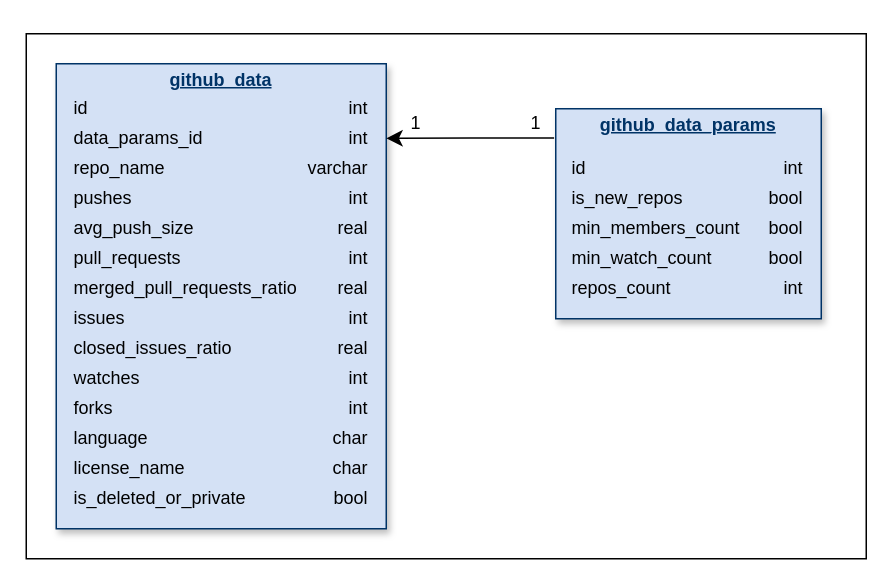
Santiperro/final-qualifying-work keeps this draw.io diagram as docs/База данных.drawio. Above is the earlier version. Source tidied: cells renumbered, new cells numbered last; positions are measured from the earlier drawing's top-left corner, leaving out a move shared by most shapes. Both pictures are drawn from the tidied source at 150%, with x=0, y=0 at pixel (26, 33).
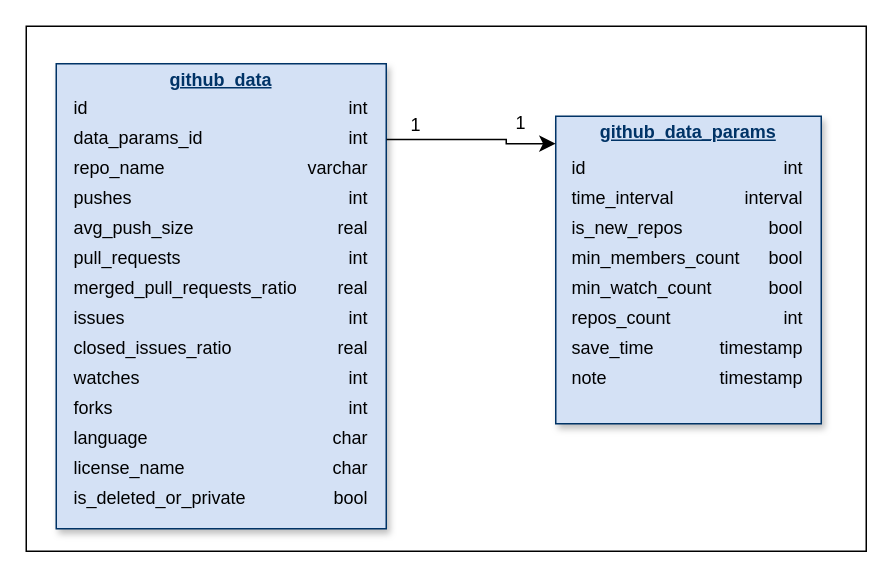
After the change.

What changed in the source:
```diff
@@
-    <mxCell id="2" style="rounded=0;whiteSpace=wrap;html=1;" parent="1" vertex="1">
-      <mxGeometry width="560" height="350" as="geometry" />
-    </mxCell>
-    <mxCell id="3" value="&lt;p style=&quot;margin: 0px; margin-top: 4px; text-align: center; text-decoration: underline;&quot;&gt;&lt;strong&gt;github_data_params&lt;/strong&gt;&lt;/p&gt;&lt;p style=&quot;margin: 0px; margin-left: 8px;&quot;&gt;&lt;br&gt;&lt;/p&gt;" style="verticalAlign=top;align=left;overflow=fill;fontSize=12;fontFamily=Helvetica;html=1;strokeColor=#003366;shadow=1;fillColor=#D4E1F5;fontColor=#003366;" parent="1" vertex="1">
-      <mxGeometry x="353" y="50" width="177" height="140" as="geometry" />
-    </mxCell>
-    <mxCell id="4" value="&lt;p style=&quot;margin: 0px; margin-top: 4px; text-align: center; text-decoration: underline;&quot;&gt;&lt;b&gt;github_data&lt;/b&gt;&lt;/p&gt;&lt;p style=&quot;margin: 0px 0px 0px 8px;&quot;&gt;&lt;br&gt;&lt;/p&gt;" style="verticalAlign=top;align=left;overflow=fill;fontSize=12;fontFamily=Helvetica;html=1;strokeColor=#003366;shadow=1;fillColor=#D4E1F5;fontColor=#003366;" parent="1" vertex="1">
-      <mxGeometry x="20" y="20" width="220" height="310" as="geometry" />
-    </mxCell>
-    <mxCell id="5" style="edgeStyle=elbowEdgeStyle;elbow=horizontal;endArrow=classic;html=1;curved=0;rounded=0;endSize=8;startSize=8;entryX=1;entryY=0.087;entryDx=0;entryDy=0;entryPerimeter=0;exitX=1.095;exitY=0.976;exitDx=0;exitDy=0;exitPerimeter=0;" parent="1" edge="1" source="35">
-      <mxGeometry relative="1" as="geometry">
-        <mxPoint x="240" y="69.7" as="targetPoint" />
-      </mxGeometry>
-    </mxCell>
+    <mxCell id="46" style="rounded=0;whiteSpace=wrap;html=1;" parent="1" vertex="1">
+      <mxGeometry y="-5" width="560" height="350" as="geometry" />
+    </mxCell>
+    <mxCell id="47" value="&lt;p style=&quot;margin: 0px; margin-top: 4px; text-align: center; text-decoration: underline;&quot;&gt;&lt;strong&gt;github_data_params&lt;/strong&gt;&lt;/p&gt;&lt;p style=&quot;margin: 0px; margin-left: 8px;&quot;&gt;&lt;br&gt;&lt;/p&gt;" style="verticalAlign=top;align=left;overflow=fill;fontSize=12;fontFamily=Helvetica;html=1;strokeColor=#003366;shadow=1;fillColor=#D4E1F5;fontColor=#003366;" parent="1" vertex="1">
+      <mxGeometry x="353" y="55" width="177" height="205" as="geometry" />
+    </mxCell>
+    <mxCell id="48" value="&lt;p style=&quot;margin: 0px; margin-top: 4px; text-align: center; text-decoration: underline;&quot;&gt;&lt;b&gt;github_data&lt;/b&gt;&lt;/p&gt;&lt;p style=&quot;margin: 0px 0px 0px 8px;&quot;&gt;&lt;br&gt;&lt;/p&gt;" style="verticalAlign=top;align=left;overflow=fill;fontSize=12;fontFamily=Helvetica;html=1;strokeColor=#003366;shadow=1;fillColor=#D4E1F5;fontColor=#003366;" parent="1" vertex="1">
+      <mxGeometry x="20" y="20" width="220" height="310" as="geometry" />
+    </mxCell>
+    <mxCell id="49" style="edgeStyle=elbowEdgeStyle;elbow=horizontal;endArrow=classic;html=1;curved=0;rounded=0;endSize=8;startSize=8;exitX=1.001;exitY=0.163;exitDx=0;exitDy=0;exitPerimeter=0;entryX=0;entryY=0.089;entryDx=0;entryDy=0;entryPerimeter=0;" parent="1" edge="1" source="48" target="47">
+      <mxGeometry relative="1" as="geometry">
+        <Array as="points">
+          <mxPoint x="320" y="70" />
+        </Array>
+      </mxGeometry>
+    </mxCell>
@@
-    <mxCell id="21" value="closed_issues_ratio" style="text;html=1;align=left;verticalAlign=middle;whiteSpace=wrap;rounded=0;" parent="1" vertex="1">
-      <mxGeometry x="30" y="200" width="60" height="20" as="geometry" />
-    </mxCell>
+    <mxCell id="3" value="closed_issues_ratio" style="text;html=1;align=left;verticalAlign=middle;whiteSpace=wrap;rounded=0;" parent="1" vertex="1">
+      <mxGeometry x="30" y="200" width="60" height="20" as="geometry" />
+    </mxCell>
@@
-    <mxCell id="25" value="forks" style="text;html=1;align=left;verticalAlign=middle;whiteSpace=wrap;rounded=0;" parent="1" vertex="1">
-      <mxGeometry x="30" y="240" width="60" height="20" as="geometry" />
-    </mxCell>
+    <mxCell id="4" value="forks" style="text;html=1;align=left;verticalAlign=middle;whiteSpace=wrap;rounded=0;" parent="1" vertex="1">
+      <mxGeometry x="30" y="240" width="60" height="20" as="geometry" />
+    </mxCell>
@@
-    <mxCell id="34" value="1" style="text;html=1;align=center;verticalAlign=middle;whiteSpace=wrap;rounded=0;" parent="1" vertex="1">
-      <mxGeometry x="250" y="50" width="20" height="20" as="geometry" />
-    </mxCell>
-    <mxCell id="35" value="1" style="text;html=1;align=center;verticalAlign=middle;whiteSpace=wrap;rounded=0;" parent="1" vertex="1">
-      <mxGeometry x="330" y="50" width="20" height="20" as="geometry" />
-    </mxCell>
+    <mxCell id="50" value="1" style="text;html=1;align=center;verticalAlign=middle;whiteSpace=wrap;rounded=0;" parent="1" vertex="1">
+      <mxGeometry x="250" y="50" width="20" height="22.5" as="geometry" />
+    </mxCell>
+    <mxCell id="51" value="1" style="text;html=1;align=center;verticalAlign=middle;whiteSpace=wrap;rounded=0;" parent="1" vertex="1">
+      <mxGeometry x="320" y="50" width="20" height="20" as="geometry" />
+    </mxCell>
     <mxCell id="36" value="int" style="text;html=1;align=right;verticalAlign=middle;whiteSpace=wrap;rounded=0;" parent="1" vertex="1">
-      <mxGeometry x="470" y="160" width="50" height="20" as="geometry" />
+      <mxGeometry x="470" y="180" width="50" height="20" as="geometry" />
     </mxCell>
     <mxCell id="37" value="repos_count" style="text;html=1;align=left;verticalAlign=middle;whiteSpace=wrap;rounded=0;" parent="1" vertex="1">
-      <mxGeometry x="361.5" y="160" width="60" height="20" as="geometry" />
+      <mxGeometry x="361.5" y="180" width="60" height="20" as="geometry" />
     </mxCell>
-    <mxCell id="38" value="bool" style="text;html=1;align=right;verticalAlign=middle;whiteSpace=wrap;rounded=0;" parent="1" vertex="1">
-      <mxGeometry x="470" y="100" width="50" height="20" as="geometry" />
-    </mxCell>
+    <mxCell id="42" value="bool" style="text;html=1;align=right;verticalAlign=middle;whiteSpace=wrap;rounded=0;" parent="1" vertex="1">
+      <mxGeometry x="470" y="120" width="50" height="20" as="geometry" />
+    </mxCell>
     <mxCell id="39" value="is_new_repos" style="text;html=1;align=left;verticalAlign=middle;whiteSpace=wrap;rounded=0;" parent="1" vertex="1">
-      <mxGeometry x="361.5" y="100" width="60" height="20" as="geometry" />
+      <mxGeometry x="361.5" y="120" width="60" height="20" as="geometry" />
     </mxCell>
@@
-    <mxCell id="42" value="bool" style="text;html=1;align=right;verticalAlign=middle;whiteSpace=wrap;rounded=0;" parent="1" vertex="1">
-      <mxGeometry x="470" y="120" width="50" height="20" as="geometry" />
-    </mxCell>
+    <mxCell id="44" value="bool" style="text;html=1;align=right;verticalAlign=middle;whiteSpace=wrap;rounded=0;" parent="1" vertex="1">
+      <mxGeometry x="470" y="140" width="50" height="20" as="geometry" />
+    </mxCell>
     <mxCell id="43" value="min_members_count" style="text;html=1;align=left;verticalAlign=middle;whiteSpace=wrap;rounded=0;" parent="1" vertex="1">
-      <mxGeometry x="361.5" y="120" width="60" height="20" as="geometry" />
+      <mxGeometry x="361.5" y="140" width="60" height="20" as="geometry" />
     </mxCell>
-    <mxCell id="44" value="bool" style="text;html=1;align=right;verticalAlign=middle;whiteSpace=wrap;rounded=0;" parent="1" vertex="1">
-      <mxGeometry x="470" y="140" width="50" height="20" as="geometry" />
-    </mxCell>
+    <mxCell id="38" value="bool" style="text;html=1;align=right;verticalAlign=middle;whiteSpace=wrap;rounded=0;" parent="1" vertex="1">
+      <mxGeometry x="470" y="160" width="50" height="20" as="geometry" />
+    </mxCell>
     <mxCell id="45" value="min_watch_count" style="text;html=1;align=left;verticalAlign=middle;whiteSpace=wrap;rounded=0;" parent="1" vertex="1">
-      <mxGeometry x="361.5" y="140" width="60" height="20" as="geometry" />
+      <mxGeometry x="361.5" y="160" width="60" height="20" as="geometry" />
     </mxCell>
+    <mxCell id="52" value="interval" style="text;html=1;align=right;verticalAlign=middle;whiteSpace=wrap;rounded=0;" parent="1" vertex="1">
+      <mxGeometry x="470" y="100" width="50" height="20" as="geometry" />
+    </mxCell>
+    <mxCell id="53" value="time_interval" style="text;html=1;align=left;verticalAlign=middle;whiteSpace=wrap;rounded=0;" parent="1" vertex="1">
+      <mxGeometry x="361.5" y="100" width="60" height="20" as="geometry" />
+    </mxCell>
+    <mxCell id="54" value="timestamp" style="text;html=1;align=right;verticalAlign=middle;whiteSpace=wrap;rounded=0;" parent="1" vertex="1">
+      <mxGeometry x="470" y="200" width="50" height="20" as="geometry" />
+    </mxCell>
+    <mxCell id="55" value="save_time" style="text;html=1;align=left;verticalAlign=middle;whiteSpace=wrap;rounded=0;" parent="1" vertex="1">
+      <mxGeometry x="361.5" y="200" width="60" height="20" as="geometry" />
+    </mxCell>
+    <mxCell id="56" value="note" style="text;html=1;align=left;verticalAlign=middle;whiteSpace=wrap;rounded=0;" parent="1" vertex="1">
+      <mxGeometry x="361.5" y="220" width="60" height="20" as="geometry" />
+    </mxCell>
+    <mxCell id="57" value="timestamp" style="text;html=1;align=right;verticalAlign=middle;whiteSpace=wrap;rounded=0;" parent="1" vertex="1">
+      <mxGeometry x="470" y="220" width="50" height="20" as="geometry" />
+    </mxCell>
```
